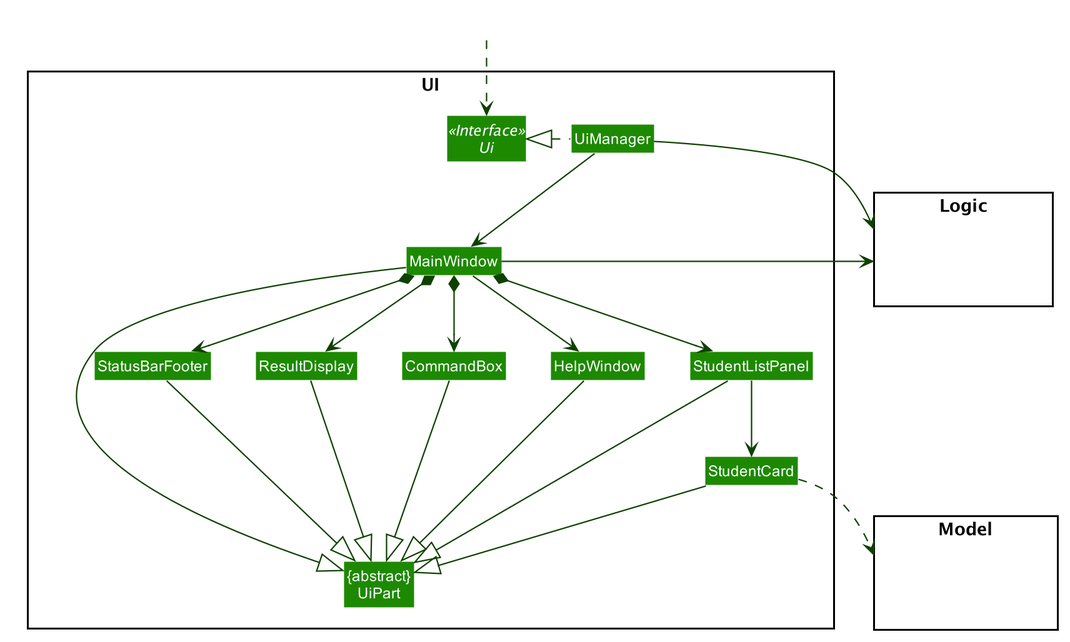
tingalinga/main keeps this PlantUML diagram as docs/images/UiClassDiagram.png. Above is the earlier version. Its diagram source:
```plantuml
@startuml








skinparam BackgroundColor #FFFFFFF

skinparam Shadowing false

skinparam Class {
    FontColor #FFFFFF
    BorderThickness 1
    BorderColor #FFFFFF
    StereotypeFontColor #FFFFFF
    FontName Arial
}

skinparam Actor {
    BorderColor #000000
    Color #000000
    FontName Arial
}

skinparam Sequence {
    MessageAlign center
    BoxFontSize 15
    BoxPadding 0
    BoxFontColor #FFFFFF
    FontName Arial
}

skinparam Participant {
    FontColor #FFFFFFF
    Padding 20
}

skinparam MinClassWidth 50
skinparam ParticipantPadding 10
skinparam Shadowing false
skinparam DefaultTextAlignment center
skinparam packageStyle Rectangle

hide footbox
hide members
hide circle
skinparam arrowThickness 1.1
skinparam arrowColor #0E4100
skinparam classBackgroundColor #1D8900

package UI <<Rectangle>>{
Interface Ui <<Interface>>
Class "{abstract}\nUiPart" as UiPart
Class UiManager
Class MainWindow
Class HelpWindow
Class ResultDisplay
Class StudentListPanel
Class StudentCard
Class StatusBarFooter
Class CommandBox
}

package Model <<Rectangle>> {
Class HiddenModel #FFFFFF
}

package Logic <<Rectangle>> {
Class HiddenLogic #FFFFFF
}

Class HiddenOutside #FFFFFF
HiddenOutside ..> Ui

UiManager .left.|> Ui
UiManager -down-> MainWindow
MainWindow --> HelpWindow
MainWindow *-down-> CommandBox
MainWindow *-down-> ResultDisplay
MainWindow *-down-> StudentListPanel
MainWindow *-down-> StatusBarFooter

StudentListPanel -down-> StudentCard

MainWindow -left-|> UiPart

ResultDisplay --|> UiPart
CommandBox --|> UiPart
StudentListPanel --|> UiPart
StudentCard --|> UiPart
StatusBarFooter --|> UiPart
HelpWindow -down-|> UiPart

StudentCard ..> Model
UiManager -right-> Logic
MainWindow -left-> Logic

StudentListPanel -[hidden]left- HelpWindow
HelpWindow -[hidden]left- CommandBox
CommandBox -[hidden]left- ResultDisplay
ResultDisplay -[hidden]left- StatusBarFooter

MainWindow -[hidden]-|> UiPart
@enduml
```
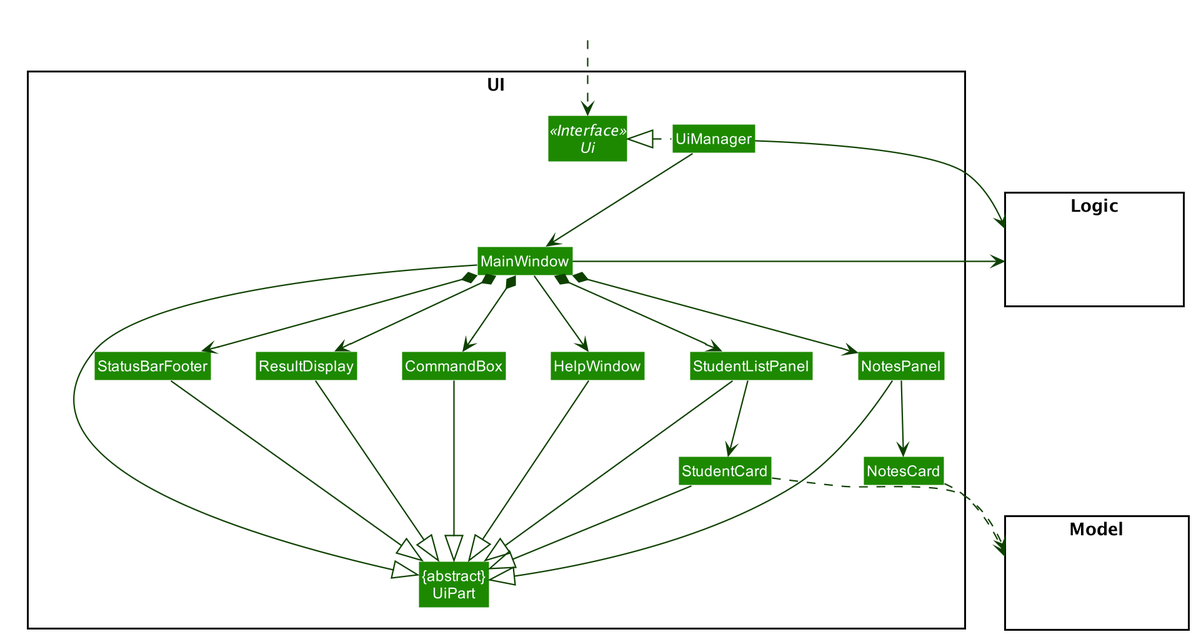
After the change.

Commit message:
Edited Architecture Diagrams

Change to the diagram source:
```diff
@@ -62,6 +62,8 @@
 Class StudentCard
 Class StatusBarFooter
 Class CommandBox
+Class NotesPanel
+Class NotesCard
 }
 
 package Model <<Rectangle>> {
@@ -81,9 +83,11 @@
 MainWindow *-down-> CommandBox
 MainWindow *-down-> ResultDisplay
 MainWindow *-down-> StudentListPanel
+MainWindow *-down-> NotesPanel
 MainWindow *-down-> StatusBarFooter
 
 StudentListPanel -down-> StudentCard
+NotesPanel -down-> NotesCard
 
 MainWindow -left-|> UiPart
 
@@ -92,9 +96,12 @@
 StudentListPanel --|> UiPart
 StudentCard --|> UiPart
 StatusBarFooter --|> UiPart
+NotesPanel --|> UiPart
 HelpWindow -down-|> UiPart
 
 StudentCard ..> Model
+NotesCard ..> Model
+
 UiManager -right-> Logic
 MainWindow -left-> Logic
 
```
